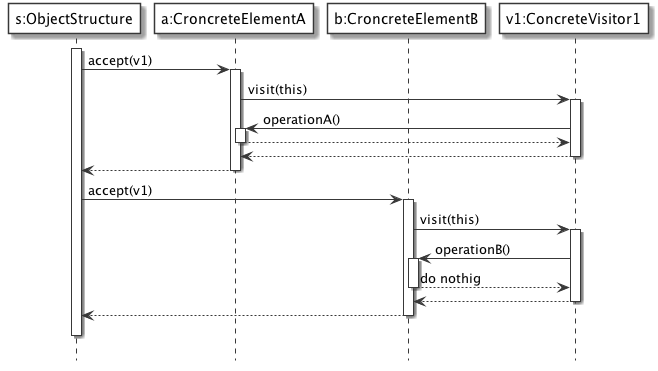
dmi-tutorato-ids/materiale keeps this PlantUML diagram as DesignPattern/Visitor/ObjectStructure/uml/sequence_diagram.png. Above is the earlier version.
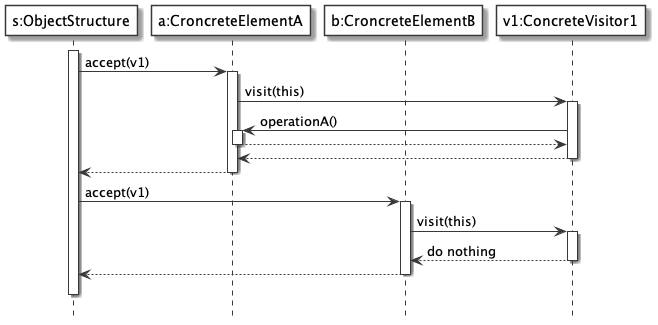
After the change.

Commit message:
Update Visitor UML (ObjectStructure)

The edit, as a diff of the source:
```diff
@@ -31,11 +31,7 @@
 	activate b
 		b -> v1: visit(this)
 		activate v1
-			v1 -> b: operationB()
-			activate b
-			v1 <-- b: do nothig
-			deactivate b
-		b <-- v1
+		b <-- v1: do nothing
 		deactivate v1
 	s <-- b
 	deactivate b
```
